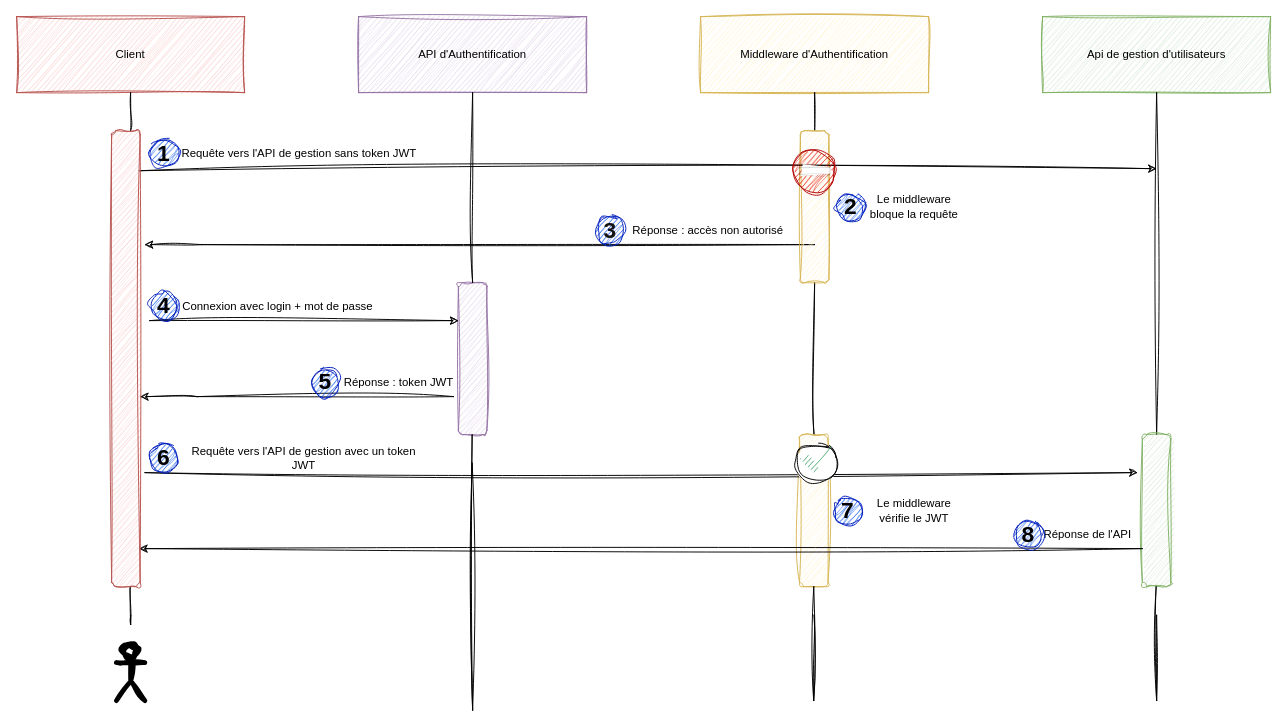
This is ressources/article/schemas/JWT_basic.drawio from a-spn/api-users, a draw.io file, before an edit. Source tidied: cells renumbered, new cells numbered last; positions are measured from the earlier drawing's top-left corner, leaving out a move shared by most shapes. Both pictures are drawn from the tidied source at 95%, with x=0, y=0 at pixel (16, 16).
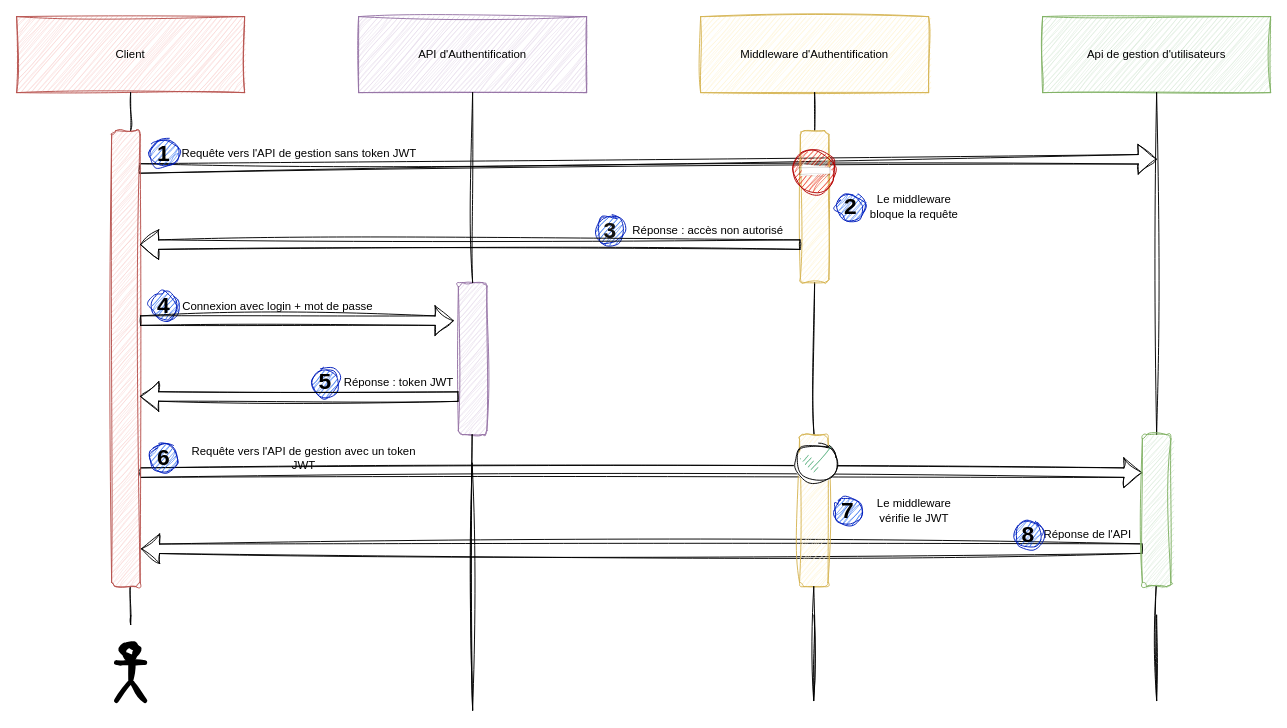
After the change.

The change refers to these unchanged cells:
```xml
<mxCell id="17" style="rounded=1;whiteSpace=wrap;html=1;fillColor=#fff2cc;strokeColor=#d6b656;sketch=1;curveFitting=1;jiggle=2;" parent="1" vertex="1">
  <mxGeometry x="825" y="120" width="30" height="160" as="geometry" />
</mxCell>
<mxCell id="26" value="Réponse : token JWT" style="text;html=1;strokeColor=none;fillColor=none;align=center;verticalAlign=middle;whiteSpace=wrap;rounded=0;sketch=1;curveFitting=1;jiggle=2;" parent="1" vertex="1">
  <mxGeometry x="340" y="370" width="125" height="30" as="geometry" />
</mxCell>
<mxCell id="30" style="rounded=1;whiteSpace=wrap;html=1;fillColor=#d5e8d4;strokeColor=#82b366;sketch=1;curveFitting=1;jiggle=2;" parent="1" vertex="1">
  <mxGeometry x="1185" y="440" width="30" height="160" as="geometry" />
</mxCell>
<mxCell id="48" style="rounded=1;whiteSpace=wrap;html=1;fillColor=#f8cecc;strokeColor=#b85450;sketch=1;curveFitting=1;jiggle=2;" parent="1" vertex="1">
  <mxGeometry x="100" y="120" width="30" height="480" as="geometry" />
</mxCell>
```

Change to the diagram source:
```diff
@@
+    <mxCell id="49" style="shape=flexArrow;endArrow=classic;html=1;rounded=0;sketch=1;hachureGap=4;jiggle=2;curveFitting=1;fontFamily=Architects Daughter;fontSize=16;exitX=0;exitY=0.75;exitDx=0;exitDy=0;entryX=1.033;entryY=0.917;entryDx=0;entryDy=0;entryPerimeter=0;" parent="1" edge="1" source="30" target="48">
+      <mxGeometry relative="1" as="geometry" />
+    </mxCell>
+    <mxCell id="50" style="shape=flexArrow;endArrow=classic;html=1;rounded=0;sketch=1;hachureGap=4;jiggle=2;curveFitting=1;fontFamily=Architects Daughter;fontSize=16;exitX=1;exitY=0.75;exitDx=0;exitDy=0;entryX=0;entryY=0.25;entryDx=0;entryDy=0;" parent="1" edge="1" source="48" target="30">
+      <mxGeometry relative="1" as="geometry" />
+    </mxCell>
+    <mxCell id="51" style="shape=flexArrow;endArrow=classic;html=1;rounded=0;sketch=1;hachureGap=4;jiggle=2;curveFitting=1;fontFamily=Architects Daughter;fontSize=16;exitX=0.967;exitY=0.083;exitDx=0;exitDy=0;exitPerimeter=0;" parent="1" edge="1" source="48">
+      <mxGeometry relative="1" as="geometry">
+        <mxPoint x="1200" y="150" as="targetPoint" />
+      </mxGeometry>
+    </mxCell>
@@
-    <mxCell id="9" style="endArrow=classic;html=1;rounded=0;sketch=1;curveFitting=1;jiggle=2;" parent="1" edge="1">
-      <mxGeometry relative="1" as="geometry">
-        <mxPoint x="140" y="320" as="sourcePoint" />
-        <mxPoint x="465" y="320" as="targetPoint" />
-      </mxGeometry>
-    </mxCell>
-    <mxCell id="10" style="endArrow=classic;html=1;rounded=0;sketch=1;curveFitting=1;jiggle=2;" parent="1" edge="1">
-      <mxGeometry relative="1" as="geometry">
-        <mxPoint x="460" y="400" as="sourcePoint" />
-        <mxPoint x="130" y="400" as="targetPoint" />
-        <Array as="points">
-          <mxPoint x="190" y="400" />
-        </Array>
-      </mxGeometry>
-    </mxCell>
@@
-    <mxCell id="14" style="endArrow=classic;html=1;rounded=0;sketch=1;curveFitting=1;jiggle=2;" parent="1" edge="1">
-      <mxGeometry relative="1" as="geometry">
-        <mxPoint x="840" y="240" as="sourcePoint" />
-        <mxPoint x="135" y="240" as="targetPoint" />
-        <Array as="points">
-          <mxPoint x="195" y="240" />
-        </Array>
-      </mxGeometry>
-    </mxCell>
@@
-    <mxCell id="18" style="endArrow=classic;html=1;rounded=0;exitX=0.967;exitY=0.088;exitDx=0;exitDy=0;exitPerimeter=0;sketch=1;curveFitting=1;jiggle=2;" parent="1" edge="1" source="48">
-      <mxGeometry relative="1" as="geometry">
-        <mxPoint x="1200" y="160" as="targetPoint" />
-      </mxGeometry>
-    </mxCell>
@@
-    <mxCell id="33" style="endArrow=classic;html=1;rounded=0;sketch=1;curveFitting=1;jiggle=2;" parent="1" edge="1">
-      <mxGeometry relative="1" as="geometry">
-        <mxPoint x="135" y="480" as="sourcePoint" />
-        <mxPoint x="1180" y="480" as="targetPoint" />
-      </mxGeometry>
-    </mxCell>
-    <mxCell id="34" style="endArrow=classic;html=1;rounded=0;exitX=0;exitY=0.75;exitDx=0;exitDy=0;sketch=1;curveFitting=1;jiggle=2;" parent="1" edge="1" source="30">
-      <mxGeometry relative="1" as="geometry">
-        <mxPoint x="129" y="560" as="targetPoint" />
-      </mxGeometry>
-    </mxCell>
@@
+    <mxCell id="52" style="shape=flexArrow;endArrow=classic;html=1;rounded=0;sketch=1;hachureGap=4;jiggle=2;curveFitting=1;fontFamily=Architects Daughter;fontSize=16;exitX=0;exitY=0.75;exitDx=0;exitDy=0;entryX=1;entryY=0.25;entryDx=0;entryDy=0;" parent="1" edge="1" source="17" target="48">
+      <mxGeometry relative="1" as="geometry" />
+    </mxCell>
+    <mxCell id="53" style="shape=flexArrow;endArrow=classic;html=1;rounded=0;sketch=1;hachureGap=4;jiggle=2;curveFitting=1;fontFamily=Architects Daughter;fontSize=16;exitX=0;exitY=0.75;exitDx=0;exitDy=0;" parent="1" edge="1">
+      <mxGeometry relative="1" as="geometry">
+        <mxPoint x="130" y="320" as="sourcePoint" />
+        <mxPoint x="460" y="320" as="targetPoint" />
+      </mxGeometry>
+    </mxCell>
+    <mxCell id="54" style="shape=flexArrow;endArrow=classic;html=1;rounded=0;sketch=1;hachureGap=4;jiggle=2;curveFitting=1;fontFamily=Architects Daughter;fontSize=16;exitX=1;exitY=1;exitDx=0;exitDy=0;entryX=1;entryY=0.583;entryDx=0;entryDy=0;entryPerimeter=0;" parent="1" edge="1" source="26" target="48">
+      <mxGeometry relative="1" as="geometry" />
+    </mxCell>
```
